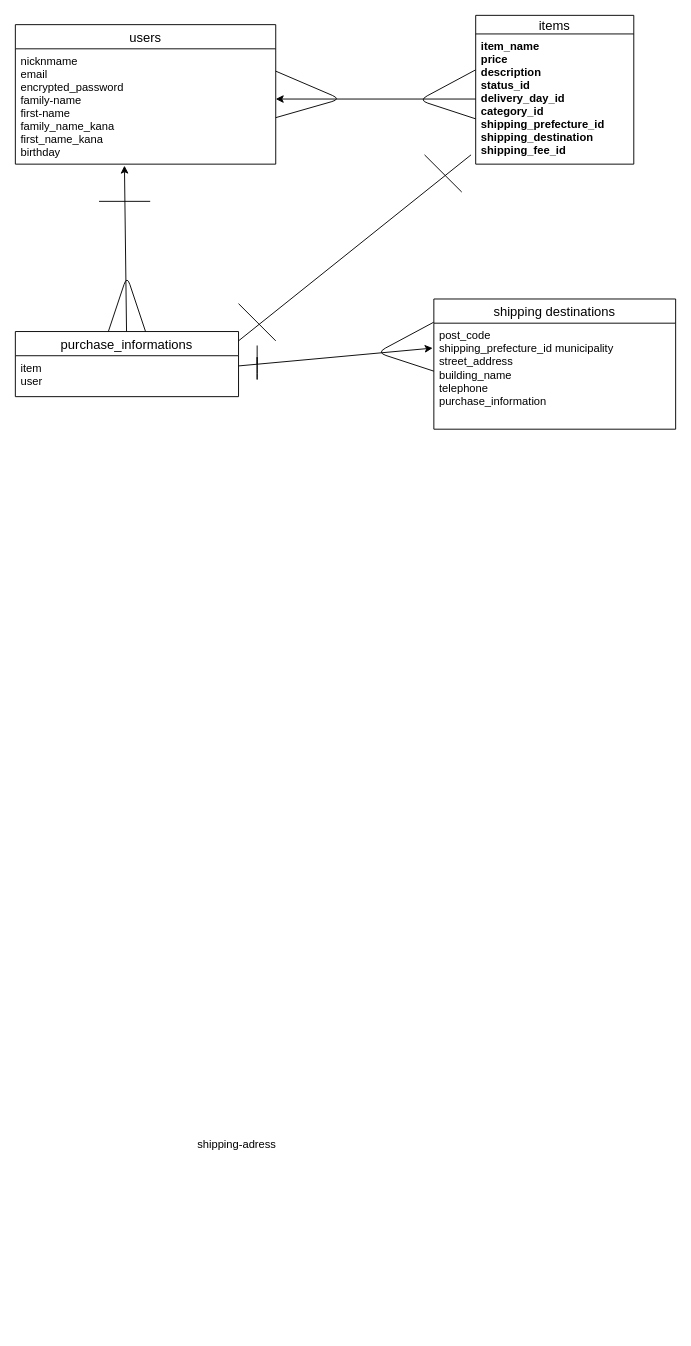
srho1212/furima-41247 keeps this draw.io diagram as ER.dio. Above is the earlier version. Source tidied: cells renumbered, new cells numbered last; positions are measured from the earlier drawing's top-left corner, leaving out a move shared by most shapes. Both pictures are drawn from the tidied source at 93%, with x=0, y=0 at pixel (15, 15).
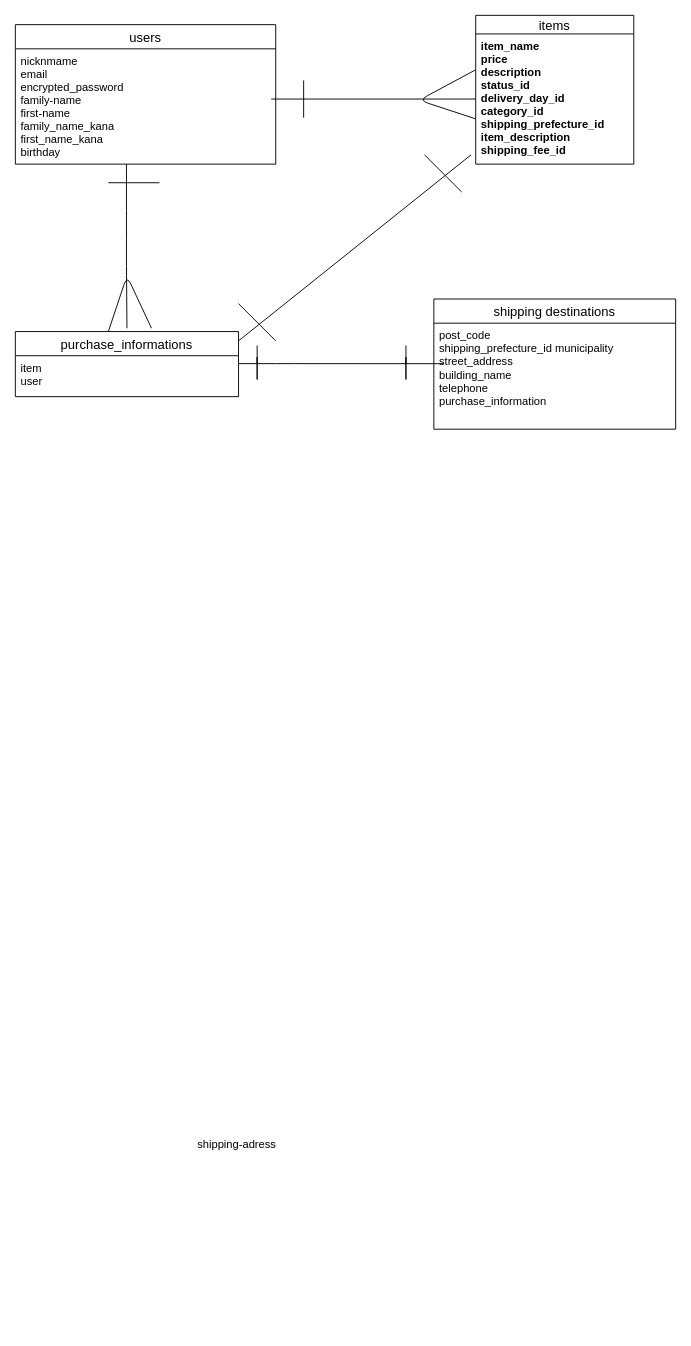
Above is the later version.

Commit message (it also covers changes not shown here):
データーベース設計5

The change refers to these unchanged cells:
```xml
<mxCell id="3" value="nicknmame&#10;email&#10;encrypted_password&#10;family-name&#10;first-name&#10;family_name_kana&#10;first_name_kana&#10;birthday" style="text;strokeColor=none;fillColor=none;spacingLeft=4;spacingRight=4;overflow=hidden;points=[[0,0.5],[1,0.5]];portConstraint=eastwest;fontSize=12;" parent="2" vertex="1">
  <mxGeometry y="26" width="280" height="124" as="geometry" />
</mxCell>
<mxCell id="5" value="purchase_informations" style="swimlane;fontStyle=0;horizontal=1;startSize=26;align=center;fontSize=14;" parent="1" vertex="1">
  <mxGeometry y="340" width="240" height="70" as="geometry" />
</mxCell>
<mxCell id="6" value="item&#10;user" style="text;strokeColor=none;fillColor=none;spacingLeft=4;spacingRight=4;overflow=hidden;points=[[0,0.5],[1,0.5]];portConstraint=eastwest;fontSize=12;" parent="5" vertex="1">
  <mxGeometry y="26" width="240" height="44" as="geometry" />
</mxCell>
<mxCell id="8" value="post_code&#10;shipping_prefecture_id municipality&#10;street_address&#10;building_name&#10;telephone&#10;purchase_information &#10;" style="text;strokeColor=none;fillColor=none;spacingLeft=4;spacingRight=4;overflow=hidden;points=[[0,0.5],[1,0.5]];portConstraint=eastwest;fontSize=12;" parent="7" vertex="1">
  <mxGeometry y="26" width="260" height="114" as="geometry" />
</mxCell>
<mxCell id="9" value="items" style="swimlane;fontStyle=0;horizontal=1;startSize=20;align=center;fontSize=14;" parent="1" vertex="1">
  <mxGeometry x="495" width="170" height="160" as="geometry" />
</mxCell>
```

The edit, as a diff of the source:
```diff
@@
-    <mxCell id="4" style="edgeStyle=none;html=1;entryX=0.419;entryY=1.013;entryDx=0;entryDy=0;entryPerimeter=0;" parent="1" edge="1" source="5" target="3">
-      <mxGeometry relative="1" as="geometry" />
-    </mxCell>
@@
-    <mxCell id="10" value="item_name&#10;price&#10;description&#10;status_id&#10;delivery_day_id &#10;category_id&#10;shipping_prefecture_id&#10;shipping_destination &#10;shipping_fee_id&#10;" style="text;strokeColor=none;fillColor=none;spacingLeft=4;spacingRight=4;overflow=hidden;points=[[0,0.5],[1,0.5]];portConstraint=eastwest;fontSize=12;fontStyle=1;" parent="9" vertex="1">
+    <mxCell id="10" value="item_name&#10;price&#10;description&#10;status_id&#10;delivery_day_id &#10;category_id&#10;shipping_prefecture_id&#10;item_description &#10;shipping_fee_id&#10;" style="text;strokeColor=none;fillColor=none;spacingLeft=4;spacingRight=4;overflow=hidden;points=[[0,0.5],[1,0.5]];portConstraint=eastwest;fontSize=12;fontStyle=1;" parent="9" vertex="1">
       <mxGeometry y="20" width="170" height="140" as="geometry" />
     </mxCell>
@@
     <mxCell id="12" style="endArrow=none;html=1;" parent="1" edge="1">
       <mxGeometry relative="1" as="geometry">
-        <mxPoint x="90" y="200" as="sourcePoint" />
-        <mxPoint x="145" y="200" as="targetPoint" />
+        <mxPoint x="100" y="180" as="sourcePoint" />
+        <mxPoint x="155" y="180" as="targetPoint" />
       </mxGeometry>
     </mxCell>
-    <mxCell id="13" style="edgeStyle=none;html=1;exitX=-0.002;exitY=0.318;exitDx=0;exitDy=0;exitPerimeter=0;endArrow=none;" parent="1" edge="1">
+    <mxCell id="13" style="edgeStyle=none;html=1;exitX=-0.002;exitY=0.318;exitDx=0;exitDy=0;exitPerimeter=0;endArrow=none;entryX=0.61;entryY=-0.051;entryDx=0;entryDy=0;entryPerimeter=0;" parent="1" edge="1" target="5">
       <mxGeometry relative="1" as="geometry">
         <mxPoint x="100" y="340" as="sourcePoint" />
-        <mxPoint x="140" y="340" as="targetPoint" />
         <Array as="points">
           <mxPoint x="120" y="280" />
         </Array>
       </mxGeometry>
     </mxCell>
@@
-    <mxCell id="15" style="edgeStyle=none;html=1;" parent="1" edge="1" source="10">
-      <mxGeometry relative="1" as="geometry">
-        <mxPoint x="280" y="90" as="targetPoint" />
-      </mxGeometry>
-    </mxCell>
-    <mxCell id="16" style="edgeStyle=none;html=1;entryX=-0.005;entryY=0.235;entryDx=0;entryDy=0;entryPerimeter=0;" parent="1" edge="1" source="6" target="8">
-      <mxGeometry relative="1" as="geometry" />
-    </mxCell>
@@
-    <mxCell id="21" style="edgeStyle=none;html=1;endArrow=none;entryX=0.344;entryY=1.004;entryDx=0;entryDy=0;entryPerimeter=0;" parent="1" edge="1">
-      <mxGeometry relative="1" as="geometry">
-        <mxPoint x="450" y="382.6" as="sourcePoint" />
-        <mxPoint x="449.8" y="330" as="targetPoint" />
-        <Array as="points">
-          <mxPoint x="389" y="362.6" />
-        </Array>
-      </mxGeometry>
-    </mxCell>
-    <mxCell id="22" style="edgeStyle=none;html=1;endArrow=none;" parent="1" edge="1">
-      <mxGeometry relative="1" as="geometry">
-        <mxPoint x="280" y="110" as="sourcePoint" />
-        <mxPoint x="280" y="60" as="targetPoint" />
-        <Array as="points">
-          <mxPoint x="350" y="90" />
-        </Array>
-      </mxGeometry>
-    </mxCell>
+    <mxCell id="23" style="endArrow=none;html=1;" parent="1" edge="1">
+      <mxGeometry relative="1" as="geometry">
+        <mxPoint x="420" y="375" as="sourcePoint" />
+        <mxPoint x="420" y="355" as="targetPoint" />
+        <Array as="points">
+          <mxPoint x="420" y="365" />
+          <mxPoint x="420" y="375" />
+          <mxPoint x="420" y="395" />
+        </Array>
+      </mxGeometry>
+    </mxCell>
+    <mxCell id="24" style="endArrow=none;html=1;" parent="1" edge="1">
+      <mxGeometry relative="1" as="geometry">
+        <mxPoint x="310" y="70" as="sourcePoint" />
+        <mxPoint x="310" y="110" as="targetPoint" />
+      </mxGeometry>
+    </mxCell>
+    <mxCell id="25" style="endArrow=none;html=1;exitX=0.5;exitY=-0.051;exitDx=0;exitDy=0;exitPerimeter=0;" parent="1" edge="1" source="5">
+      <mxGeometry relative="1" as="geometry">
+        <mxPoint x="119.5" y="160" as="targetPoint" />
+        <Array as="points">
+          <mxPoint x="119.5" y="270" />
+          <mxPoint x="119.5" y="230" />
+          <mxPoint x="119.5" y="200" />
+        </Array>
+      </mxGeometry>
+    </mxCell>
+    <mxCell id="26" style="endArrow=none;html=1;entryX=0.038;entryY=0.382;entryDx=0;entryDy=0;entryPerimeter=0;" parent="1" edge="1" target="8">
+      <mxGeometry relative="1" as="geometry">
+        <mxPoint x="240" y="374.5" as="sourcePoint" />
+        <Array as="points">
+          <mxPoint x="290" y="374.5" />
+        </Array>
+      </mxGeometry>
+    </mxCell>
+    <mxCell id="27" style="endArrow=none;html=1;entryX=0.038;entryY=0.382;entryDx=0;entryDy=0;entryPerimeter=0;" parent="1" edge="1">
+      <mxGeometry relative="1" as="geometry">
+        <mxPoint x="275.1" y="90" as="sourcePoint" />
+        <mxPoint x="495" y="90" as="targetPoint" />
+        <Array as="points">
+          <mxPoint x="325.1" y="90" />
+        </Array>
+      </mxGeometry>
+    </mxCell>
```
